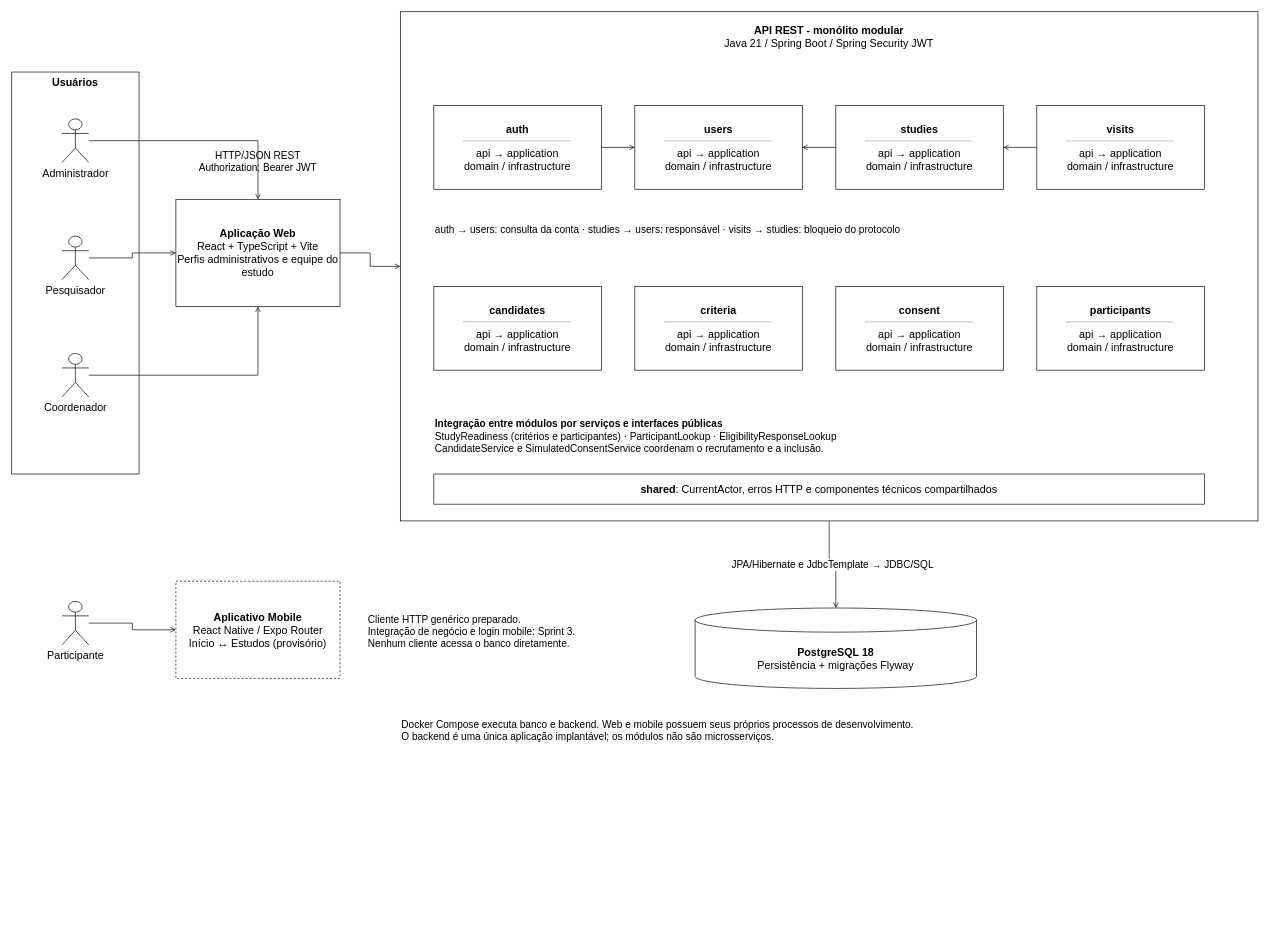
Above: docs/diagrams/arquitetura.drawio in livdenner/ClinicalStudyPB-project (draw.io), before the change. Source tidied: cells renumbered, new cells numbered last; positions are measured from the earlier drawing's top-left corner, leaving out a move shared by most shapes. Both pictures are drawn from the tidied source at 67%, with x=0, y=0 at pixel (11, 11).
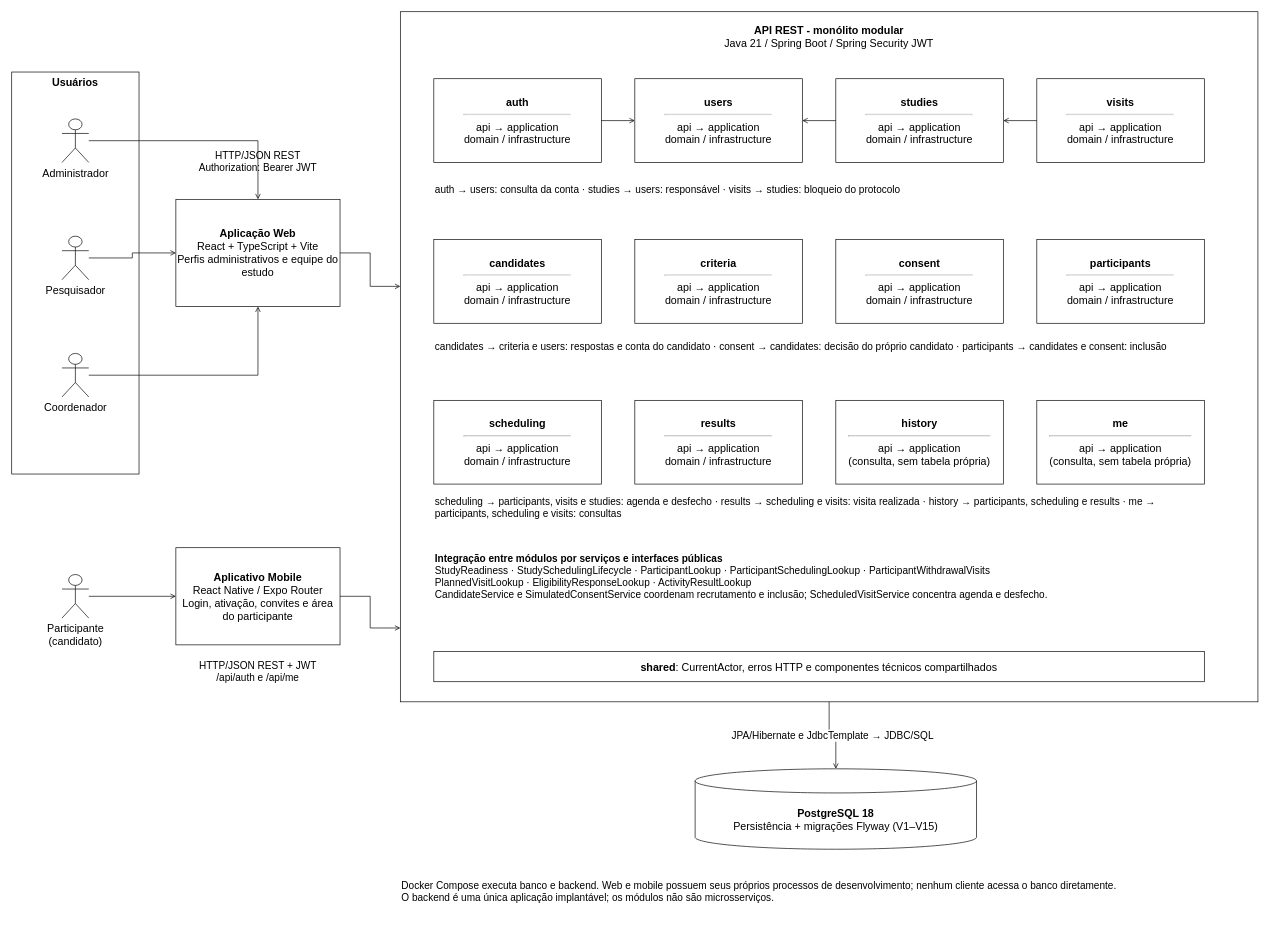
Above is the later version.

Unchanged cells that the change refers to:
```xml
<mxCell id="6" value="&lt;b&gt;Aplicação Web&lt;/b&gt;&lt;br/&gt;React + TypeScript + Vite&lt;br/&gt;Perfis administrativos e equipe do estudo" style="rounded=0;whiteSpace=wrap;html=1;fillColor=#FFFFFF;strokeColor=#000000;fontColor=#000000;fontSize=16;" parent="1" vertex="1">
  <mxGeometry x="245" y="280" width="245" height="160" as="geometry" />
</mxCell>
```

What changed in the source:
```diff
@@
     <mxCell id="7" value="&lt;b&gt;API REST - monólito modular&lt;/b&gt;&lt;br/&gt;Java 21 / Spring Boot / Spring Security JWT" style="rounded=0;whiteSpace=wrap;html=1;fillColor=#FFFFFF;strokeColor=#000000;fontColor=#000000;fontSize=16;verticalAlign=top;spacingTop=12;" parent="1" vertex="1">
-      <mxGeometry x="580" width="1280" height="760" as="geometry" />
+      <mxGeometry x="580" width="1280" height="1030" as="geometry" />
     </mxCell>
     <mxCell id="8" value="&lt;b&gt;auth&lt;/b&gt;&lt;hr/&gt;api → application&lt;br/&gt;domain / infrastructure" style="rounded=0;whiteSpace=wrap;html=1;fillColor=#FFFFFF;strokeColor=#000000;fontColor=#000000;fontSize=16;" parent="1" vertex="1">
-      <mxGeometry x="630" y="140" width="250" height="125" as="geometry" />
+      <mxGeometry x="630" y="100" width="250" height="125" as="geometry" />
     </mxCell>
     <mxCell id="9" value="&lt;b&gt;users&lt;/b&gt;&lt;hr/&gt;api → application&lt;br/&gt;domain / infrastructure" style="rounded=0;whiteSpace=wrap;html=1;fillColor=#FFFFFF;strokeColor=#000000;fontColor=#000000;fontSize=16;" parent="1" vertex="1">
-      <mxGeometry x="930" y="140" width="250" height="125" as="geometry" />
+      <mxGeometry x="930" y="100" width="250" height="125" as="geometry" />
     </mxCell>
     <mxCell id="10" value="&lt;b&gt;studies&lt;/b&gt;&lt;hr/&gt;api → application&lt;br/&gt;domain / infrastructure" style="rounded=0;whiteSpace=wrap;html=1;fillColor=#FFFFFF;strokeColor=#000000;fontColor=#000000;fontSize=16;" parent="1" vertex="1">
-      <mxGeometry x="1230" y="140" width="250" height="125" as="geometry" />
+      <mxGeometry x="1230" y="100" width="250" height="125" as="geometry" />
     </mxCell>
     <mxCell id="11" value="&lt;b&gt;visits&lt;/b&gt;&lt;hr/&gt;api → application&lt;br/&gt;domain / infrastructure" style="rounded=0;whiteSpace=wrap;html=1;fillColor=#FFFFFF;strokeColor=#000000;fontColor=#000000;fontSize=16;" parent="1" vertex="1">
-      <mxGeometry x="1530" y="140" width="250" height="125" as="geometry" />
+      <mxGeometry x="1530" y="100" width="250" height="125" as="geometry" />
     </mxCell>
     <mxCell id="12" value="&lt;b&gt;candidates&lt;/b&gt;&lt;hr/&gt;api → application&lt;br/&gt;domain / infrastructure" style="rounded=0;whiteSpace=wrap;html=1;fillColor=#FFFFFF;strokeColor=#000000;fontColor=#000000;fontSize=16;" parent="1" vertex="1">
-      <mxGeometry x="630" y="410" width="250" height="125" as="geometry" />
+      <mxGeometry x="630" y="340" width="250" height="125" as="geometry" />
     </mxCell>
     <mxCell id="13" value="&lt;b&gt;criteria&lt;/b&gt;&lt;hr/&gt;api → application&lt;br/&gt;domain / infrastructure" style="rounded=0;whiteSpace=wrap;html=1;fillColor=#FFFFFF;strokeColor=#000000;fontColor=#000000;fontSize=16;" parent="1" vertex="1">
-      <mxGeometry x="930" y="410" width="250" height="125" as="geometry" />
+      <mxGeometry x="930" y="340" width="250" height="125" as="geometry" />
     </mxCell>
     <mxCell id="14" value="&lt;b&gt;consent&lt;/b&gt;&lt;hr/&gt;api → application&lt;br/&gt;domain / infrastructure" style="rounded=0;whiteSpace=wrap;html=1;fillColor=#FFFFFF;strokeColor=#000000;fontColor=#000000;fontSize=16;" parent="1" vertex="1">
-      <mxGeometry x="1230" y="410" width="250" height="125" as="geometry" />
+      <mxGeometry x="1230" y="340" width="250" height="125" as="geometry" />
     </mxCell>
     <mxCell id="15" value="&lt;b&gt;participants&lt;/b&gt;&lt;hr/&gt;api → application&lt;br/&gt;domain / infrastructure" style="rounded=0;whiteSpace=wrap;html=1;fillColor=#FFFFFF;strokeColor=#000000;fontColor=#000000;fontSize=16;" parent="1" vertex="1">
-      <mxGeometry x="1530" y="410" width="250" height="125" as="geometry" />
+      <mxGeometry x="1530" y="340" width="250" height="125" as="geometry" />
     </mxCell>
+    <mxCell id="34" value="&lt;b&gt;scheduling&lt;/b&gt;&lt;hr/&gt;api → application&lt;br/&gt;domain / infrastructure" style="rounded=0;whiteSpace=wrap;html=1;fillColor=#FFFFFF;strokeColor=#000000;fontColor=#000000;fontSize=16;" parent="1" vertex="1">
+      <mxGeometry x="630" y="580" width="250" height="125" as="geometry" />
+    </mxCell>
+    <mxCell id="35" value="&lt;b&gt;results&lt;/b&gt;&lt;hr/&gt;api → application&lt;br/&gt;domain / infrastructure" style="rounded=0;whiteSpace=wrap;html=1;fillColor=#FFFFFF;strokeColor=#000000;fontColor=#000000;fontSize=16;" parent="1" vertex="1">
+      <mxGeometry x="930" y="580" width="250" height="125" as="geometry" />
+    </mxCell>
+    <mxCell id="36" value="&lt;b&gt;history&lt;/b&gt;&lt;hr/&gt;api → application&lt;br/&gt;(consulta, sem tabela própria)" style="rounded=0;whiteSpace=wrap;html=1;fillColor=#FFFFFF;strokeColor=#000000;fontColor=#000000;fontSize=16;" parent="1" vertex="1">
+      <mxGeometry x="1230" y="580" width="250" height="125" as="geometry" />
+    </mxCell>
+    <mxCell id="37" value="&lt;b&gt;me&lt;/b&gt;&lt;hr/&gt;api → application&lt;br/&gt;(consulta, sem tabela própria)" style="rounded=0;whiteSpace=wrap;html=1;fillColor=#FFFFFF;strokeColor=#000000;fontColor=#000000;fontSize=16;" parent="1" vertex="1">
+      <mxGeometry x="1530" y="580" width="250" height="125" as="geometry" />
+    </mxCell>
@@
     <mxCell id="19" value="auth → users: consulta da conta · studies → users: responsável · visits → studies: bloqueio do protocolo" style="text;html=1;whiteSpace=wrap;align=left;verticalAlign=middle;fontColor=#000000;fontSize=15;" parent="1" vertex="1">
-      <mxGeometry x="630" y="295" width="1150" height="60" as="geometry" />
+      <mxGeometry x="630" y="245" width="1150" height="40" as="geometry" />
     </mxCell>
+    <mxCell id="38" value="candidates → criteria e users: respostas e conta do candidato · consent → candidates: decisão do próprio candidato · participants → candidates e consent: inclusão" style="text;html=1;whiteSpace=wrap;align=left;verticalAlign=middle;fontColor=#000000;fontSize=15;" parent="1" vertex="1">
+      <mxGeometry x="630" y="480" width="1150" height="40" as="geometry" />
+    </mxCell>
+    <mxCell id="39" value="scheduling → participants, visits e studies: agenda e desfecho · results → scheduling e visits: visita realizada · history → participants, scheduling e results · me → participants, scheduling e visits: consultas" style="text;html=1;whiteSpace=wrap;align=left;verticalAlign=middle;fontColor=#000000;fontSize=15;" parent="1" vertex="1">
+      <mxGeometry x="630" y="720" width="1150" height="40" as="geometry" />
+    </mxCell>
-    <mxCell id="20" value="&lt;b&gt;Integração entre módulos por serviços e interfaces públicas&lt;/b&gt;&lt;br/&gt;StudyReadiness (critérios e participantes) · ParticipantLookup · EligibilityResponseLookup&lt;br/&gt;CandidateService e SimulatedConsentService coordenam o recrutamento e a inclusão." style="text;html=1;whiteSpace=wrap;align=left;verticalAlign=middle;fontColor=#000000;fontSize=15;" parent="1" vertex="1">
-      <mxGeometry x="630" y="590" width="1150" height="85" as="geometry" />
+    <mxCell id="20" value="&lt;b&gt;Integração entre módulos por serviços e interfaces públicas&lt;/b&gt;&lt;br/&gt;StudyReadiness · StudySchedulingLifecycle · ParticipantLookup · ParticipantSchedulingLookup · ParticipantWithdrawalVisits&lt;br/&gt;PlannedVisitLookup · EligibilityResponseLookup · ActivityResultLookup&lt;br/&gt;CandidateService e SimulatedConsentService coordenam recrutamento e inclusão; ScheduledVisitService concentra agenda e desfecho." style="text;html=1;whiteSpace=wrap;align=left;verticalAlign=middle;fontColor=#000000;fontSize=15;" parent="1" vertex="1">
+      <mxGeometry x="630" y="790" width="1150" height="105" as="geometry" />
     </mxCell>
     <mxCell id="21" value="&lt;b&gt;shared&lt;/b&gt;: CurrentActor, erros HTTP e componentes técnicos compartilhados" style="rounded=0;whiteSpace=wrap;html=1;fillColor=#FFFFFF;strokeColor=#000000;fontColor=#000000;fontSize=16;" parent="1" vertex="1">
-      <mxGeometry x="630" y="690" width="1150" height="45" as="geometry" />
+      <mxGeometry x="630" y="955" width="1150" height="45" as="geometry" />
     </mxCell>
-    <mxCell id="22" value="&lt;b&gt;PostgreSQL 18&lt;/b&gt;&lt;br/&gt;Persistência + migrações Flyway" style="rounded=0;whiteSpace=wrap;html=1;fillColor=#FFFFFF;strokeColor=#000000;fontColor=#000000;fontSize=16;shape=cylinder3;boundedLbl=1;backgroundOutline=1;size=18;" parent="1" vertex="1">
-      <mxGeometry x="1020" y="890" width="420" height="120" as="geometry" />
+    <mxCell id="22" value="&lt;b&gt;PostgreSQL 18&lt;/b&gt;&lt;br/&gt;Persistência + migrações Flyway (V1–V15)" style="rounded=0;whiteSpace=wrap;html=1;fillColor=#FFFFFF;strokeColor=#000000;fontColor=#000000;fontSize=16;shape=cylinder3;boundedLbl=1;backgroundOutline=1;size=18;" parent="1" vertex="1">
+      <mxGeometry x="1020" y="1130" width="420" height="120" as="geometry" />
     </mxCell>
-    <mxCell id="23" style="edgeStyle=orthogonalEdgeStyle;rounded=0;html=1;endArrow=none;strokeColor=#000000;fontColor=#000000;fontSize=15;labelBackgroundColor=#FFFFFF;endArrow=open;" parent="1" edge="1" source="6" target="7">
+    <mxCell id="23" style="edgeStyle=orthogonalEdgeStyle;rounded=0;html=1;endArrow=none;strokeColor=#000000;fontColor=#000000;fontSize=15;labelBackgroundColor=#FFFFFF;endArrow=open;exitX=1;exitY=0.5;exitDx=0;exitDy=0;entryX=0;entryY=0.398;entryDx=0;entryDy=0;" parent="1" edge="1" source="6" target="7">
       <mxGeometry relative="1" as="geometry" />
     </mxCell>
@@
-    <mxCell id="29" value="Participante" style="shape=umlActor;verticalLabelPosition=bottom;verticalAlign=top;html=1;outlineConnect=0;fontSize=16;" parent="1" vertex="1">
-      <mxGeometry x="75" y="880" width="40" height="65" as="geometry" />
+    <mxCell id="29" value="Participante&lt;br/&gt;(candidato)" style="shape=umlActor;verticalLabelPosition=bottom;verticalAlign=top;html=1;outlineConnect=0;fontSize=16;" parent="1" vertex="1">
+      <mxGeometry x="75" y="840" width="40" height="65" as="geometry" />
     </mxCell>
-    <mxCell id="30" value="&lt;b&gt;Aplicativo Mobile&lt;/b&gt;&lt;br/&gt;React Native / Expo Router&lt;br/&gt;Início ↔ Estudos (provisório)" style="rounded=0;whiteSpace=wrap;html=1;fillColor=#FFFFFF;strokeColor=#000000;fontColor=#000000;fontSize=16;dashed=1;" parent="1" vertex="1">
-      <mxGeometry x="245" y="850" width="245" height="145" as="geometry" />
+    <mxCell id="30" value="&lt;b&gt;Aplicativo Mobile&lt;/b&gt;&lt;br/&gt;React Native / Expo Router&lt;br/&gt;Login, ativação, convites e área do participante" style="rounded=0;whiteSpace=wrap;html=1;fillColor=#FFFFFF;strokeColor=#000000;fontColor=#000000;fontSize=16;" parent="1" vertex="1">
+      <mxGeometry x="245" y="800" width="245" height="145" as="geometry" />
     </mxCell>
@@
+    <mxCell id="40" style="edgeStyle=orthogonalEdgeStyle;rounded=0;html=1;endArrow=none;strokeColor=#000000;fontColor=#000000;fontSize=15;labelBackgroundColor=#FFFFFF;endArrow=open;exitX=1;exitY=0.5;exitDx=0;exitDy=0;entryX=0;entryY=0.893;entryDx=0;entryDy=0;" parent="1" edge="1" source="30" target="7">
+      <mxGeometry relative="1" as="geometry" />
+    </mxCell>
-    <mxCell id="32" value="Cliente HTTP genérico preparado.&lt;br/&gt;Integração de negócio e login mobile: Sprint 3.&lt;br/&gt;Nenhum cliente acessa o banco diretamente." style="text;html=1;whiteSpace=wrap;align=left;verticalAlign=middle;fontColor=#000000;fontSize=15;" parent="1" vertex="1">
-      <mxGeometry x="530" y="870" width="400" height="110" as="geometry" />
+    <mxCell id="32" value="HTTP/JSON REST + JWT&lt;br/&gt;/api/auth e /api/me" style="text;html=1;whiteSpace=wrap;align=left;verticalAlign=middle;fontColor=#000000;fontSize=15;align=center;" parent="1" vertex="1">
+      <mxGeometry x="245" y="960" width="245" height="50" as="geometry" />
     </mxCell>
-    <mxCell id="33" value="Docker Compose executa banco e backend. Web e mobile possuem seus próprios processos de desenvolvimento.&lt;br/&gt;O backend é uma única aplicação implantável; os módulos não são microsserviços." style="text;html=1;whiteSpace=wrap;align=left;verticalAlign=middle;fontColor=#000000;fontSize=15;" parent="1" vertex="1">
-      <mxGeometry x="580" y="1040" width="1280" height="65" as="geometry" />
+    <mxCell id="33" value="Docker Compose executa banco e backend. Web e mobile possuem seus próprios processos de desenvolvimento; nenhum cliente acessa o banco diretamente.&lt;br/&gt;O backend é uma única aplicação implantável; os módulos não são microsserviços." style="text;html=1;whiteSpace=wrap;align=left;verticalAlign=middle;fontColor=#000000;fontSize=15;" parent="1" vertex="1">
+      <mxGeometry x="580" y="1280" width="1280" height="65" as="geometry" />
     </mxCell>
```
